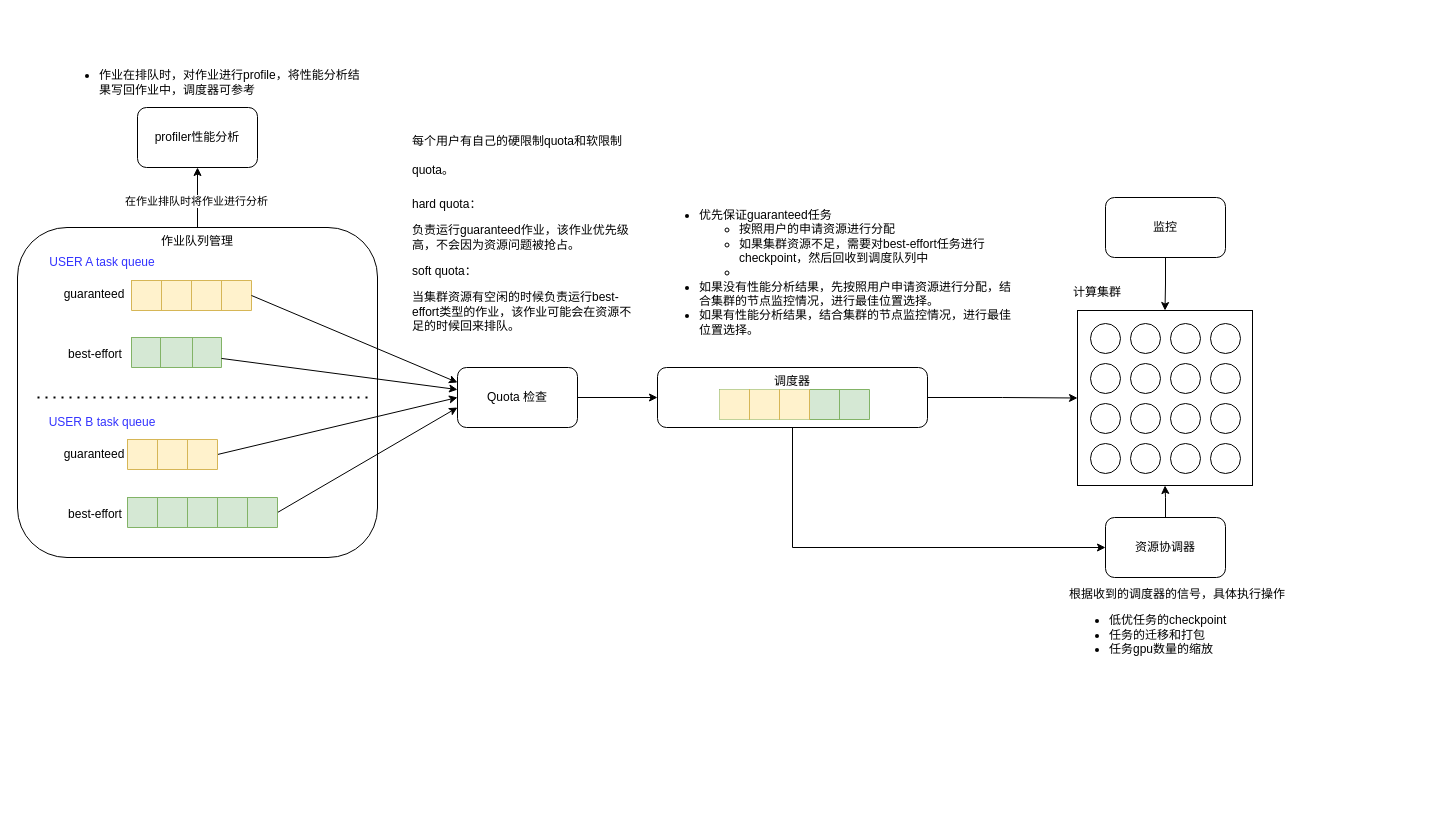
Above: images/scheduler.drawio in zackertypical/zackertypical.github.io (draw.io), before the change. Source tidied: cells renumbered, new cells numbered last; positions are measured from the earlier drawing's top-left corner, leaving out a move shared by most shapes. Both pictures are drawn from the tidied source at 100%, with x=0, y=0 at pixel (17, 47).
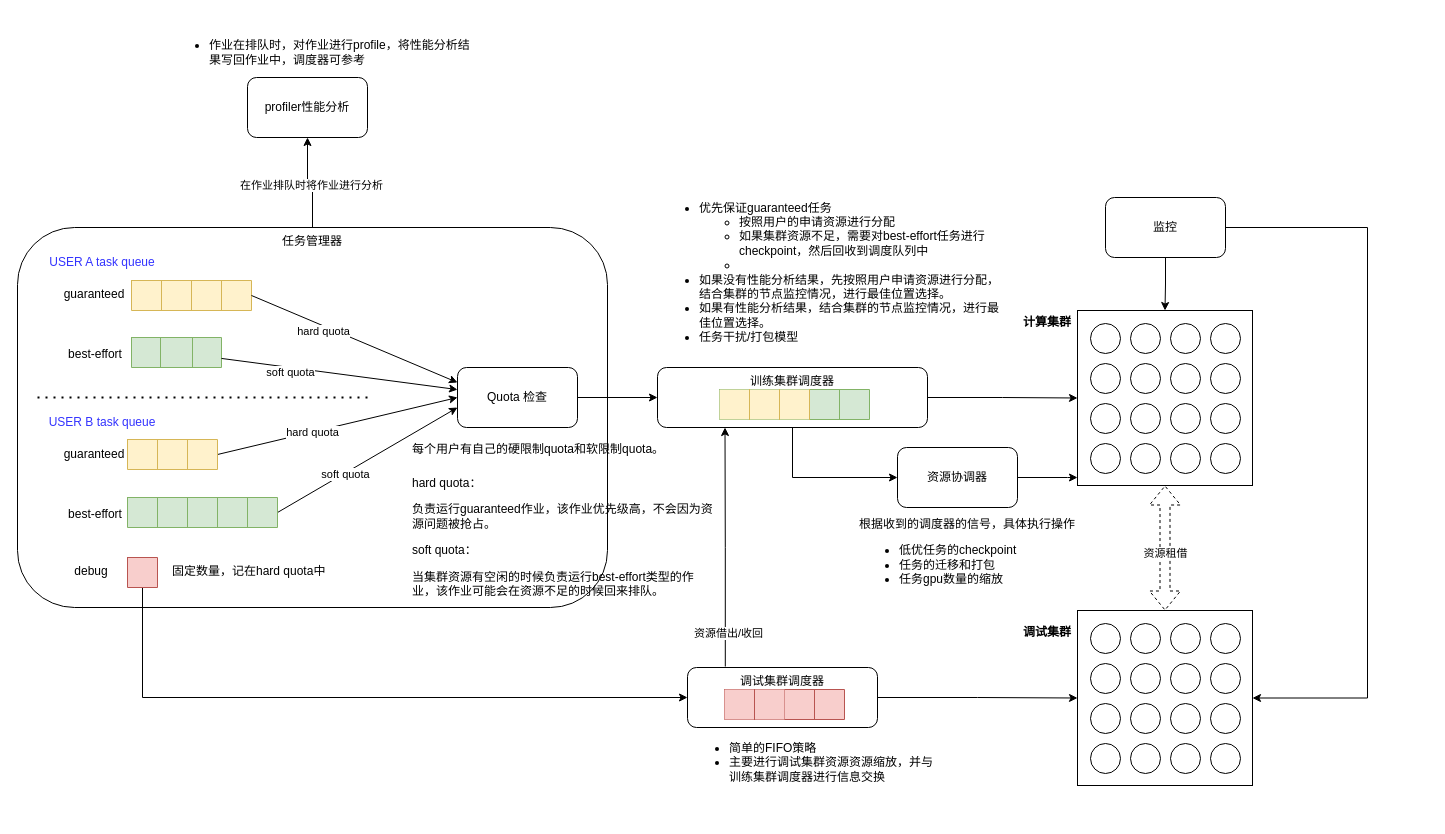
Above is the later version.

Unchanged cells that the change refers to:
```xml
<mxCell id="20" style="rounded=0;jettySize=auto;html=1;entryX=0;entryY=0.667;entryDx=0;entryDy=0;exitX=1;exitY=0.5;exitDx=0;exitDy=0;entryPerimeter=0;" parent="1" edge="1" source="63" target="25">
  <mxGeometry relative="1" as="geometry" />
</mxCell>
<mxCell id="26" style="rounded=0;jettySize=auto;html=1;entryX=0;entryY=0.25;entryDx=0;entryDy=0;exitX=1;exitY=0.5;exitDx=0;exitDy=0;" parent="1" edge="1" source="13" target="25">
  <mxGeometry relative="1" as="geometry" />
</mxCell>
<mxCell id="27" style="rounded=0;jettySize=auto;html=1;" parent="1" edge="1" source="6" target="25">
  <mxGeometry relative="1" as="geometry" />
</mxCell>
<mxCell id="28" style="rounded=0;jettySize=auto;html=1;entryX=0;entryY=0.5;entryDx=0;entryDy=0;exitX=1;exitY=0.5;exitDx=0;exitDy=0;" parent="1" edge="1" source="58" target="25">
  <mxGeometry relative="1" as="geometry" />
</mxCell>
<mxCell id="36" style="whiteSpace=wrap;html=1;" parent="1" vertex="1">
  <mxGeometry x="1060" y="263" width="175" height="175" as="geometry" />
</mxCell>
<mxCell id="56" value="监控" style="rounded=1;whiteSpace=wrap;html=1;" parent="1" vertex="1">
  <mxGeometry x="1088" y="150" width="120" height="60" as="geometry" />
</mxCell>
```

Change to the diagram source:
```diff
@@
-    <mxCell id="4" value="作业队列管理" style="rounded=1;whiteSpace=wrap;html=1;align=center;horizontal=1;verticalAlign=top;" parent="1" vertex="1">
-      <mxGeometry y="180" width="360" height="330" as="geometry" />
+    <mxCell id="4" value="任务管理器" style="rounded=1;whiteSpace=wrap;html=1;align=center;horizontal=1;verticalAlign=top;" parent="1" vertex="1">
+      <mxGeometry y="180" width="590" height="380" as="geometry" />
     </mxCell>
@@
+    <mxCell id="79" value="soft quota" style="edgeLabel;html=1;align=center;verticalAlign=middle;" parent="20" vertex="1">
+      <mxGeometry x="-0.24" y="-1" relative="1" as="geometry">
+        <mxPoint x="-1" as="offset" />
+      </mxGeometry>
+    </mxCell>
@@
     <mxCell id="24" value="&lt;h1&gt;&lt;span style=&quot;background-color: initial; font-size: 12px; font-weight: normal;&quot;&gt;每个用户有自己的硬限制quota和软限制quota。&lt;/span&gt;&lt;br&gt;&lt;/h1&gt;&lt;p&gt;hard quota：&lt;/p&gt;&lt;p&gt;负责运行guaranteed作业，该作业优先级高，不会因为资源问题被抢占。&lt;/p&gt;&lt;p&gt;soft quota：&lt;/p&gt;当集群资源有空闲的时候&lt;span style=&quot;background-color: initial;&quot;&gt;负责运行best-effort类型的作业，该作业可能会在资源不足的时候回来排队。&lt;/span&gt;" style="text;html=1;strokeColor=none;fillColor=none;spacing=5;spacingTop=-20;whiteSpace=wrap;overflow=hidden;rounded=0;" parent="1" vertex="1">
-      <mxGeometry x="390" y="70" width="230" height="220" as="geometry" />
+      <mxGeometry x="390" y="378" width="310" height="220" as="geometry" />
     </mxCell>
@@
+    <mxCell id="80" value="hard quota" style="edgeLabel;html=1;align=center;verticalAlign=middle;" parent="26" vertex="1">
+      <mxGeometry x="-0.29" y="-5" relative="1" as="geometry">
+        <mxPoint x="1" as="offset" />
+      </mxGeometry>
+    </mxCell>
@@
+    <mxCell id="81" value="soft quota" style="edgeLabel;html=1;align=center;verticalAlign=middle;" parent="27" vertex="1">
+      <mxGeometry x="-0.41" y="-4" relative="1" as="geometry" />
+    </mxCell>
@@
+    <mxCell id="82" value="hard quota" style="edgeLabel;html=1;align=center;verticalAlign=middle;" parent="28" vertex="1">
+      <mxGeometry x="-0.21" relative="1" as="geometry" />
+    </mxCell>
@@
-    <mxCell id="31" value="调度器" style="rounded=1;whiteSpace=wrap;html=1;verticalAlign=top;" parent="1" vertex="1">
+    <mxCell id="31" value="训练集群调度器" style="rounded=1;whiteSpace=wrap;html=1;verticalAlign=top;" parent="1" vertex="1">
       <mxGeometry x="640" y="320" width="270" height="60" as="geometry" />
     </mxCell>
@@
     <mxCell id="33" value="profiler性能分析" style="rounded=1;whiteSpace=wrap;html=1;" parent="1" vertex="1">
-      <mxGeometry x="120" y="60" width="120" height="60" as="geometry" />
+      <mxGeometry x="230" y="30" width="120" height="60" as="geometry" />
     </mxCell>
     <mxCell id="34" value="&lt;ul&gt;&lt;li&gt;作业在排队时，对作业进行profile，将性能分析结果写回作业中，调度器可参考&lt;/li&gt;&lt;/ul&gt;" style="text;html=1;strokeColor=none;fillColor=none;align=left;verticalAlign=middle;whiteSpace=wrap;rounded=0;" parent="1" vertex="1">
-      <mxGeometry x="40" width="310" height="70" as="geometry" />
+      <mxGeometry x="150" y="-30" width="310" height="70" as="geometry" />
     </mxCell>
-    <mxCell id="35" value="&lt;ul&gt;&lt;li&gt;优先保证guaranteed任务&lt;/li&gt;&lt;ul&gt;&lt;li&gt;按照用户的申请资源进行分配&lt;/li&gt;&lt;li&gt;如果集群资源不足，需要对best-effort任务进行checkpoint，然后回收到调度队列中&lt;/li&gt;&lt;li&gt;&lt;br&gt;&lt;/li&gt;&lt;/ul&gt;&lt;li&gt;如果没有性能分析结果，先按照用户申请资源进行分配，结合集群的节点监控情况，进行最佳位置选择。&lt;/li&gt;&lt;li&gt;如果有性能分析结果，结合集群的节点监控情况，进行最佳位置选择。&lt;/li&gt;&lt;/ul&gt;" style="text;html=1;strokeColor=none;fillColor=none;align=left;verticalAlign=middle;whiteSpace=wrap;rounded=0;" parent="1" vertex="1">
-      <mxGeometry x="640" y="120" width="360" height="210" as="geometry" />
+    <mxCell id="35" value="&lt;ul&gt;&lt;li&gt;优先保证guaranteed任务&lt;/li&gt;&lt;ul&gt;&lt;li&gt;按照用户的申请资源进行分配&lt;/li&gt;&lt;li&gt;如果集群资源不足，需要对best-effort任务进行checkpoint，然后回收到调度队列中&lt;/li&gt;&lt;li&gt;&lt;br&gt;&lt;/li&gt;&lt;/ul&gt;&lt;li&gt;如果没有性能分析结果，先按照用户申请资源进行分配，结合集群的节点监控情况，进行最佳位置选择。&lt;/li&gt;&lt;li&gt;如果有性能分析结果，结合集群的节点监控情况，进行最佳位置选择。&lt;/li&gt;&lt;li&gt;任务干扰/打包模型&lt;/li&gt;&lt;/ul&gt;" style="text;html=1;strokeColor=none;fillColor=none;align=left;verticalAlign=middle;whiteSpace=wrap;rounded=0;" parent="1" vertex="1">
+      <mxGeometry x="640" y="120" width="350" height="210" as="geometry" />
     </mxCell>
@@
     <mxCell id="53" style="edgeStyle=orthogonalEdgeStyle;rounded=0;jettySize=auto;html=1;" parent="1" edge="1" source="54" target="36">
-      <mxGeometry relative="1" as="geometry" />
+      <mxGeometry relative="1" as="geometry">
+        <Array as="points">
+          <mxPoint x="1050" y="430" />
+          <mxPoint x="1050" y="430" />
+        </Array>
+      </mxGeometry>
     </mxCell>
     <mxCell id="54" value="资源协调器" style="rounded=1;whiteSpace=wrap;html=1;" parent="1" vertex="1">
-      <mxGeometry x="1088" y="470" width="120" height="60" as="geometry" />
+      <mxGeometry x="880" y="400" width="120" height="60" as="geometry" />
     </mxCell>
@@
+    <mxCell id="83" style="edgeStyle=orthogonalEdgeStyle;rounded=0;jettySize=auto;html=1;entryX=1;entryY=0.5;entryDx=0;entryDy=0;" parent="1" edge="1" source="56" target="92">
+      <mxGeometry relative="1" as="geometry">
+        <Array as="points">
+          <mxPoint x="1350" y="180" />
+          <mxPoint x="1350" y="651" />
+        </Array>
+      </mxGeometry>
+    </mxCell>
@@
     <mxCell id="77" value="根据收到的调度器的信号，具体执行操作&lt;br&gt;&lt;ul&gt;&lt;li&gt;低优任务的checkpoint&lt;/li&gt;&lt;li&gt;任务的迁移和打包&lt;/li&gt;&lt;li&gt;任务gpu数量的缩放&lt;/li&gt;&lt;/ul&gt;" style="text;html=1;strokeColor=none;fillColor=none;align=left;verticalAlign=middle;whiteSpace=wrap;rounded=0;" parent="1" vertex="1">
-      <mxGeometry x="1050" y="540" width="360" height="80" as="geometry" />
+      <mxGeometry x="840" y="470" width="360" height="80" as="geometry" />
     </mxCell>
-    <mxCell id="78" value="计算集群" style="text;html=1;strokeColor=none;fillColor=none;align=center;verticalAlign=middle;whiteSpace=wrap;rounded=0;" parent="1" vertex="1">
-      <mxGeometry x="1050" y="230" width="60" height="30" as="geometry" />
+    <mxCell id="78" value="&lt;b&gt;计算集群&lt;/b&gt;" style="text;html=1;strokeColor=none;fillColor=none;align=center;verticalAlign=middle;whiteSpace=wrap;rounded=0;" parent="1" vertex="1">
+      <mxGeometry x="1000" y="260" width="60" height="30" as="geometry" />
     </mxCell>
+    <mxCell id="84" value="debug" style="text;html=1;strokeColor=none;fillColor=none;align=center;verticalAlign=middle;whiteSpace=wrap;rounded=0;" parent="1" vertex="1">
+      <mxGeometry x="44" y="509" width="60" height="30" as="geometry" />
+    </mxCell>
+    <mxCell id="85" style="edgeStyle=orthogonalEdgeStyle;rounded=0;jettySize=auto;html=1;entryX=0;entryY=0.5;entryDx=0;entryDy=0;" parent="1" edge="1" source="86" target="113">
+      <mxGeometry relative="1" as="geometry">
+        <Array as="points">
+          <mxPoint x="125" y="650" />
+        </Array>
+      </mxGeometry>
+    </mxCell>
+    <mxCell id="86" style="shape=table;startSize=0;childLayout=tableLayout;fillColor=#f8cecc;strokeColor=#b85450;" parent="1" vertex="1">
+      <mxGeometry x="110" y="510" width="30" height="30" as="geometry" />
+    </mxCell>
+    <mxCell id="87" style="shape=tableRow;horizontal=0;startSize=0;swimlaneHead=0;swimlaneBody=0;strokeColor=inherit;top=0;left=0;bottom=0;right=0;fillColor=none;" parent="86" vertex="1">
+      <mxGeometry width="30" height="30" as="geometry" />
+    </mxCell>
+    <mxCell id="88" style="shape=partialRectangle;html=1;whiteSpace=wrap;strokeColor=inherit;overflow=hidden;fillColor=none;top=0;left=0;bottom=0;right=0;" parent="87" vertex="1">
+      <mxGeometry width="30" height="30" as="geometry" />
+    </mxCell>
+    <mxCell id="89" value="&lt;h1&gt;&lt;span style=&quot;font-size: 12px; font-weight: 400;&quot;&gt;固定数量，记在hard quota中&lt;/span&gt;&lt;/h1&gt;" style="text;html=1;strokeColor=none;fillColor=none;spacing=5;spacingTop=-20;whiteSpace=wrap;overflow=hidden;rounded=0;" parent="1" vertex="1">
+      <mxGeometry x="150" y="500" width="310" height="40" as="geometry" />
+    </mxCell>
+    <mxCell id="90" style="edgeStyle=orthogonalEdgeStyle;rounded=0;jettySize=auto;html=1;exitX=0.5;exitY=0;exitDx=0;exitDy=0;entryX=0.5;entryY=1;entryDx=0;entryDy=0;shape=flexArrow;startArrow=block;dashed=1;" parent="1" edge="1" source="92" target="36">
+      <mxGeometry relative="1" as="geometry" />
+    </mxCell>
+    <mxCell id="91" value="资源租借" style="edgeLabel;html=1;align=center;verticalAlign=middle;" parent="90" vertex="1">
+      <mxGeometry x="-0.07" relative="1" as="geometry" />
+    </mxCell>
+    <mxCell id="92" style="whiteSpace=wrap;html=1;" parent="1" vertex="1">
+      <mxGeometry x="1060" y="563" width="175" height="175" as="geometry" />
+    </mxCell>
+    <mxCell id="93" style="ellipse;whiteSpace=wrap;html=1;" parent="1" vertex="1">
+      <mxGeometry x="1073" y="576" width="30" height="30" as="geometry" />
+    </mxCell>
+    <mxCell id="94" style="ellipse;whiteSpace=wrap;html=1;" parent="1" vertex="1">
+      <mxGeometry x="1113" y="576" width="30" height="30" as="geometry" />
+    </mxCell>
+    <mxCell id="95" style="ellipse;whiteSpace=wrap;html=1;" parent="1" vertex="1">
+      <mxGeometry x="1153" y="576" width="30" height="30" as="geometry" />
+    </mxCell>
+    <mxCell id="96" style="ellipse;whiteSpace=wrap;html=1;" parent="1" vertex="1">
+      <mxGeometry x="1193" y="576" width="30" height="30" as="geometry" />
+    </mxCell>
+    <mxCell id="97" style="ellipse;whiteSpace=wrap;html=1;" parent="1" vertex="1">
+      <mxGeometry x="1073" y="616" width="30" height="30" as="geometry" />
+    </mxCell>
+    <mxCell id="98" style="ellipse;whiteSpace=wrap;html=1;" parent="1" vertex="1">
+      <mxGeometry x="1113" y="616" width="30" height="30" as="geometry" />
+    </mxCell>
+    <mxCell id="99" style="ellipse;whiteSpace=wrap;html=1;" parent="1" vertex="1">
+      <mxGeometry x="1153" y="616" width="30" height="30" as="geometry" />
+    </mxCell>
+    <mxCell id="100" style="ellipse;whiteSpace=wrap;html=1;" parent="1" vertex="1">
+      <mxGeometry x="1193" y="616" width="30" height="30" as="geometry" />
+    </mxCell>
+    <mxCell id="101" style="ellipse;whiteSpace=wrap;html=1;" parent="1" vertex="1">
+      <mxGeometry x="1073" y="656" width="30" height="30" as="geometry" />
+    </mxCell>
+    <mxCell id="102" style="ellipse;whiteSpace=wrap;html=1;" parent="1" vertex="1">
+      <mxGeometry x="1113" y="656" width="30" height="30" as="geometry" />
+    </mxCell>
+    <mxCell id="103" style="ellipse;whiteSpace=wrap;html=1;" parent="1" vertex="1">
+      <mxGeometry x="1153" y="656" width="30" height="30" as="geometry" />
+    </mxCell>
+    <mxCell id="104" style="ellipse;whiteSpace=wrap;html=1;" parent="1" vertex="1">
+      <mxGeometry x="1193" y="656" width="30" height="30" as="geometry" />
+    </mxCell>
+    <mxCell id="105" style="ellipse;whiteSpace=wrap;html=1;" parent="1" vertex="1">
+      <mxGeometry x="1073" y="696" width="30" height="30" as="geometry" />
+    </mxCell>
+    <mxCell id="106" style="ellipse;whiteSpace=wrap;html=1;" parent="1" vertex="1">
+      <mxGeometry x="1113" y="696" width="30" height="30" as="geometry" />
+    </mxCell>
+    <mxCell id="107" style="ellipse;whiteSpace=wrap;html=1;" parent="1" vertex="1">
+      <mxGeometry x="1153" y="696" width="30" height="30" as="geometry" />
+    </mxCell>
+    <mxCell id="108" style="ellipse;whiteSpace=wrap;html=1;" parent="1" vertex="1">
+      <mxGeometry x="1193" y="696" width="30" height="30" as="geometry" />
+    </mxCell>
+    <mxCell id="109" value="&lt;b&gt;调试集群&lt;/b&gt;" style="text;html=1;strokeColor=none;fillColor=none;align=center;verticalAlign=middle;whiteSpace=wrap;rounded=0;" parent="1" vertex="1">
+      <mxGeometry x="1000" y="570" width="60" height="30" as="geometry" />
+    </mxCell>
+    <mxCell id="110" style="edgeStyle=orthogonalEdgeStyle;rounded=0;jettySize=auto;html=1;entryX=0;entryY=0.5;entryDx=0;entryDy=0;" parent="1" edge="1" source="113" target="92">
+      <mxGeometry relative="1" as="geometry" />
+    </mxCell>
+    <mxCell id="111" style="edgeStyle=orthogonalEdgeStyle;rounded=0;jettySize=auto;html=1;entryX=0.25;entryY=1;entryDx=0;entryDy=0;exitX=0.199;exitY=-0.016;exitDx=0;exitDy=0;exitPerimeter=0;" parent="1" edge="1" source="113" target="31">
+      <mxGeometry relative="1" as="geometry" />
+    </mxCell>
+    <mxCell id="112" value="资源借出/收回" style="edgeLabel;html=1;align=center;verticalAlign=middle;" parent="111" vertex="1">
+      <mxGeometry x="-0.72" y="-3" relative="1" as="geometry" />
+    </mxCell>
+    <mxCell id="113" value="调试集群调度器" style="rounded=1;whiteSpace=wrap;html=1;verticalAlign=top;" parent="1" vertex="1">
+      <mxGeometry x="670" y="620" width="190" height="60" as="geometry" />
+    </mxCell>
+    <mxCell id="114" style="shape=table;startSize=0;childLayout=tableLayout;fillColor=#f8cecc;strokeColor=#b85450;" parent="1" vertex="1">
+      <mxGeometry x="707" y="642" width="120" height="30" as="geometry" />
+    </mxCell>
+    <mxCell id="115" style="shape=tableRow;horizontal=0;startSize=0;swimlaneHead=0;swimlaneBody=0;strokeColor=inherit;top=0;left=0;bottom=0;right=0;fillColor=none;" parent="114" vertex="1">
+      <mxGeometry width="120" height="30" as="geometry" />
+    </mxCell>
+    <mxCell id="116" style="shape=partialRectangle;html=1;whiteSpace=wrap;strokeColor=#b85450;overflow=hidden;fillColor=#f8cecc;top=0;left=0;bottom=0;right=0;" parent="115" vertex="1">
+      <mxGeometry width="30" height="30" as="geometry" />
+    </mxCell>
+    <mxCell id="117" style="shape=partialRectangle;html=1;whiteSpace=wrap;strokeColor=#b85450;overflow=hidden;fillColor=#f8cecc;top=0;left=1;bottom=0;right=0;" parent="115" vertex="1">
+      <mxGeometry x="30" width="30" height="30" as="geometry" />
+    </mxCell>
+    <mxCell id="118" style="shape=partialRectangle;html=1;whiteSpace=wrap;strokeColor=inherit;overflow=hidden;fillColor=none;top=0;left=0;bottom=0;right=0;" parent="115" vertex="1">
+      <mxGeometry x="60" width="30" height="30" as="geometry" />
+    </mxCell>
+    <mxCell id="119" style="shape=partialRectangle;html=1;whiteSpace=wrap;strokeColor=inherit;overflow=hidden;fillColor=none;top=0;left=0;bottom=0;right=0;" parent="115" vertex="1">
+      <mxGeometry x="90" width="30" height="30" as="geometry" />
+    </mxCell>
+    <mxCell id="120" value="&lt;ul&gt;&lt;li&gt;简单的FIFO策略&lt;/li&gt;&lt;li&gt;主要进行调试集群资源资源缩放，并与训练集群调度器进行信息交换&lt;/li&gt;&lt;/ul&gt;" style="text;html=1;strokeColor=none;fillColor=none;align=left;verticalAlign=middle;whiteSpace=wrap;rounded=0;" parent="1" vertex="1">
+      <mxGeometry x="670" y="660" width="250" height="110" as="geometry" />
+    </mxCell>
```
